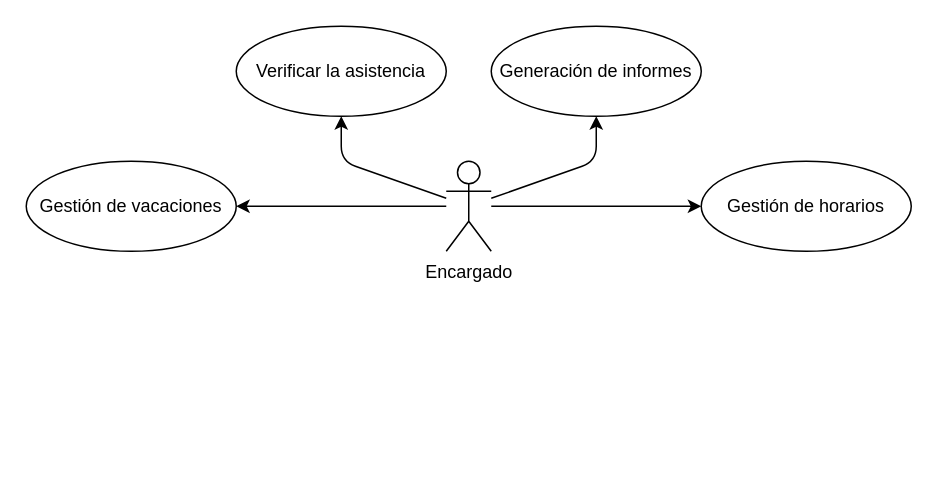
Before: subsistemas/encargado.drawio in ecardosa/LogiRAIL-project, a draw.io diagram. Source tidied: cells renumbered, new cells numbered last; positions are measured from the earlier drawing's top-left corner, leaving out a move shared by most shapes. Both pictures are drawn from the tidied source at 150%, with x=0, y=0 at pixel (26, 26).
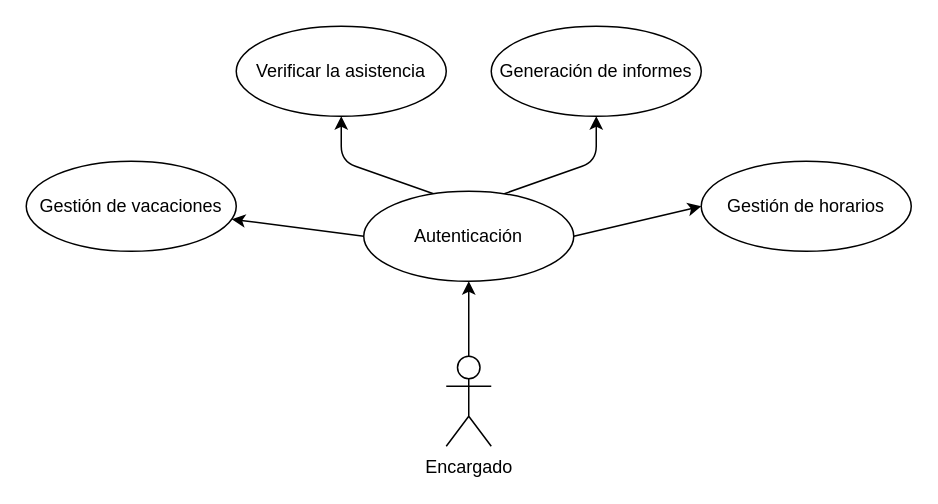
The same page after the edit.

Diff of the diagram source:
```diff
@@
 <mxGraphModel>
   <root>
     <mxCell id="0" />
     <mxCell id="1" parent="0" />
-    <mxCell id="2" style="edgeStyle=none;html=1;entryX=0.5;entryY=1;entryDx=0;entryDy=0;" parent="1" edge="1" source="6" target="7">
+    <mxCell id="2" style="edgeStyle=none;html=1;entryX=0.5;entryY=1;entryDx=0;entryDy=0;" parent="1" edge="1" target="7">
       <mxGeometry relative="1" as="geometry">
+        <mxPoint x="280" y="114.7" as="sourcePoint" />
         <Array as="points">
           <mxPoint x="210" y="90" />
         </Array>
       </mxGeometry>
     </mxCell>
-    <mxCell id="3" style="edgeStyle=none;html=1;entryX=0.5;entryY=1;entryDx=0;entryDy=0;" parent="1" edge="1" source="6" target="8">
+    <mxCell id="3" style="edgeStyle=none;html=1;entryX=0.5;entryY=1;entryDx=0;entryDy=0;" parent="1" edge="1" target="8">
       <mxGeometry relative="1" as="geometry">
+        <mxPoint x="310" y="114.7" as="sourcePoint" />
         <Array as="points">
           <mxPoint x="380" y="90" />
         </Array>
       </mxGeometry>
     </mxCell>
-    <mxCell id="4" style="edgeStyle=none;html=1;" parent="1" edge="1" source="6" target="10">
+    <mxCell id="4" style="edgeStyle=none;html=1;exitX=0;exitY=0.5;exitDx=0;exitDy=0;" parent="1" edge="1" source="12" target="10">
       <mxGeometry relative="1" as="geometry" />
     </mxCell>
-    <mxCell id="5" style="edgeStyle=none;html=1;entryX=0;entryY=0.5;entryDx=0;entryDy=0;" parent="1" edge="1" source="6" target="9">
+    <mxCell id="5" style="edgeStyle=none;html=1;entryX=0;entryY=0.5;entryDx=0;entryDy=0;exitX=1;exitY=0.5;exitDx=0;exitDy=0;" parent="1" edge="1" source="12" target="9">
       <mxGeometry relative="1" as="geometry" />
     </mxCell>
-    <mxCell id="6" value="Encargado" style="shape=umlActor;verticalLabelPosition=bottom;verticalAlign=top;html=1;" parent="1" vertex="1">
-      <mxGeometry x="280" y="90" width="30" height="60" as="geometry" />
-    </mxCell>
     <mxCell id="7" value="Verificar la asistencia" style="ellipse;whiteSpace=wrap;html=1;" parent="1" vertex="1">
       <mxGeometry x="140" width="140" height="60" as="geometry" />
     </mxCell>
     <mxCell id="8" value="Generación de informes" style="ellipse;whiteSpace=wrap;html=1;" parent="1" vertex="1">
       <mxGeometry x="310" width="140" height="60" as="geometry" />
     </mxCell>
     <mxCell id="9" value="Gestión de horarios" style="ellipse;whiteSpace=wrap;html=1;" parent="1" vertex="1">
       <mxGeometry x="450" y="90" width="140" height="60" as="geometry" />
     </mxCell>
     <mxCell id="10" value="Gestión de vacaciones" style="ellipse;whiteSpace=wrap;html=1;" parent="1" vertex="1">
       <mxGeometry y="90" width="140" height="60" as="geometry" />
     </mxCell>
+    <mxCell id="11" style="edgeStyle=none;html=1;entryX=0.5;entryY=1;entryDx=0;entryDy=0;" parent="1" edge="1" source="6" target="12">
+      <mxGeometry relative="1" as="geometry" />
+    </mxCell>
+    <mxCell id="6" value="Encargado" style="shape=umlActor;verticalLabelPosition=bottom;verticalAlign=top;html=1;" parent="1" vertex="1">
+      <mxGeometry x="280" y="220" width="30" height="60" as="geometry" />
+    </mxCell>
+    <mxCell id="12" value="Autenticación" style="ellipse;whiteSpace=wrap;html=1;" parent="1" vertex="1">
+      <mxGeometry x="225" y="110" width="140" height="60" as="geometry" />
+    </mxCell>
   </root>
 </mxGraphModel>
```
